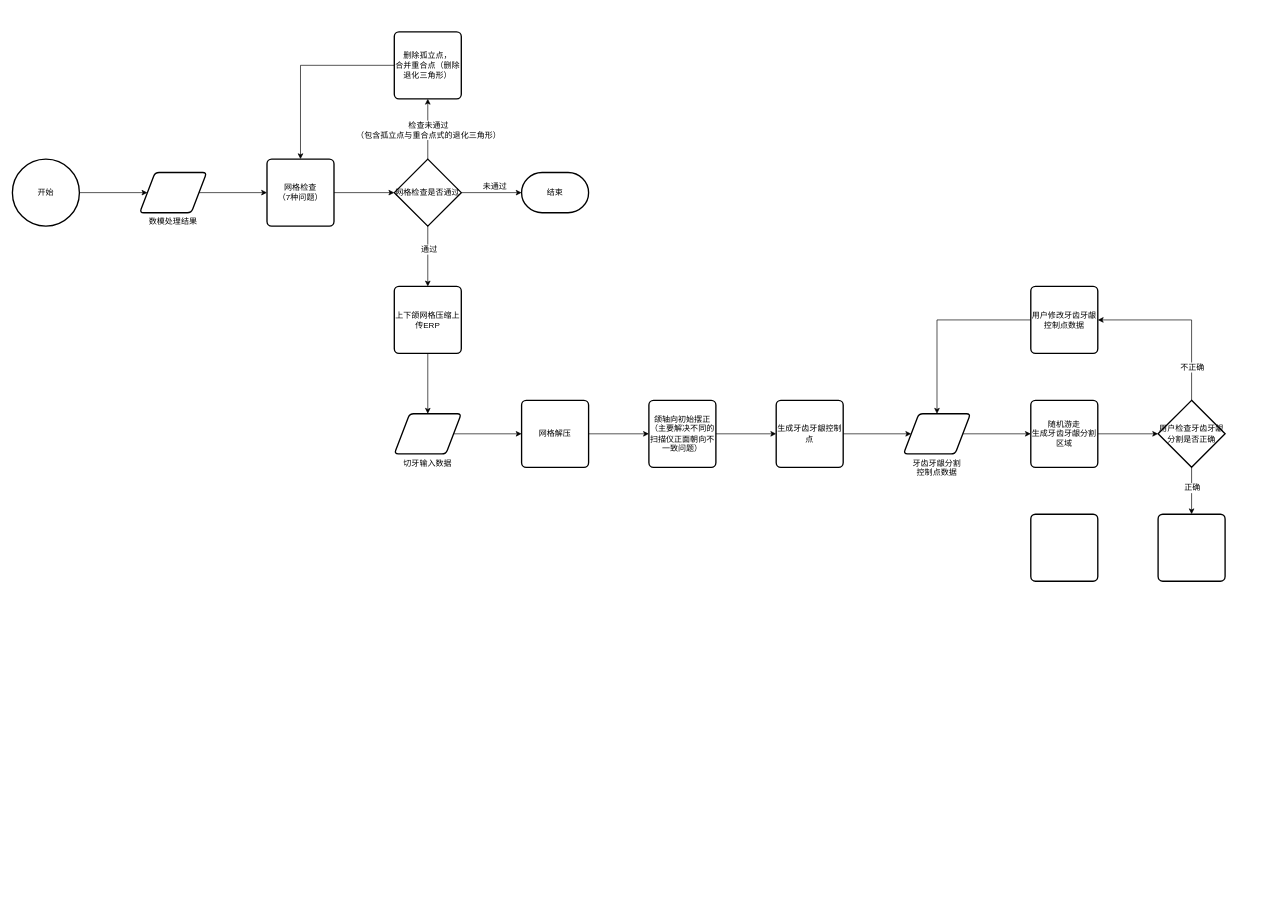
The draw.io diagram Design/未命名表单.drawio in EvanderWang/KD, before the edit. Source tidied: cells renumbered, new cells numbered last; positions are measured from the earlier drawing's top-left corner, leaving out a move shared by most shapes. Both pictures are drawn from the tidied source at 67%, with x=0, y=0 at pixel (12, 31).
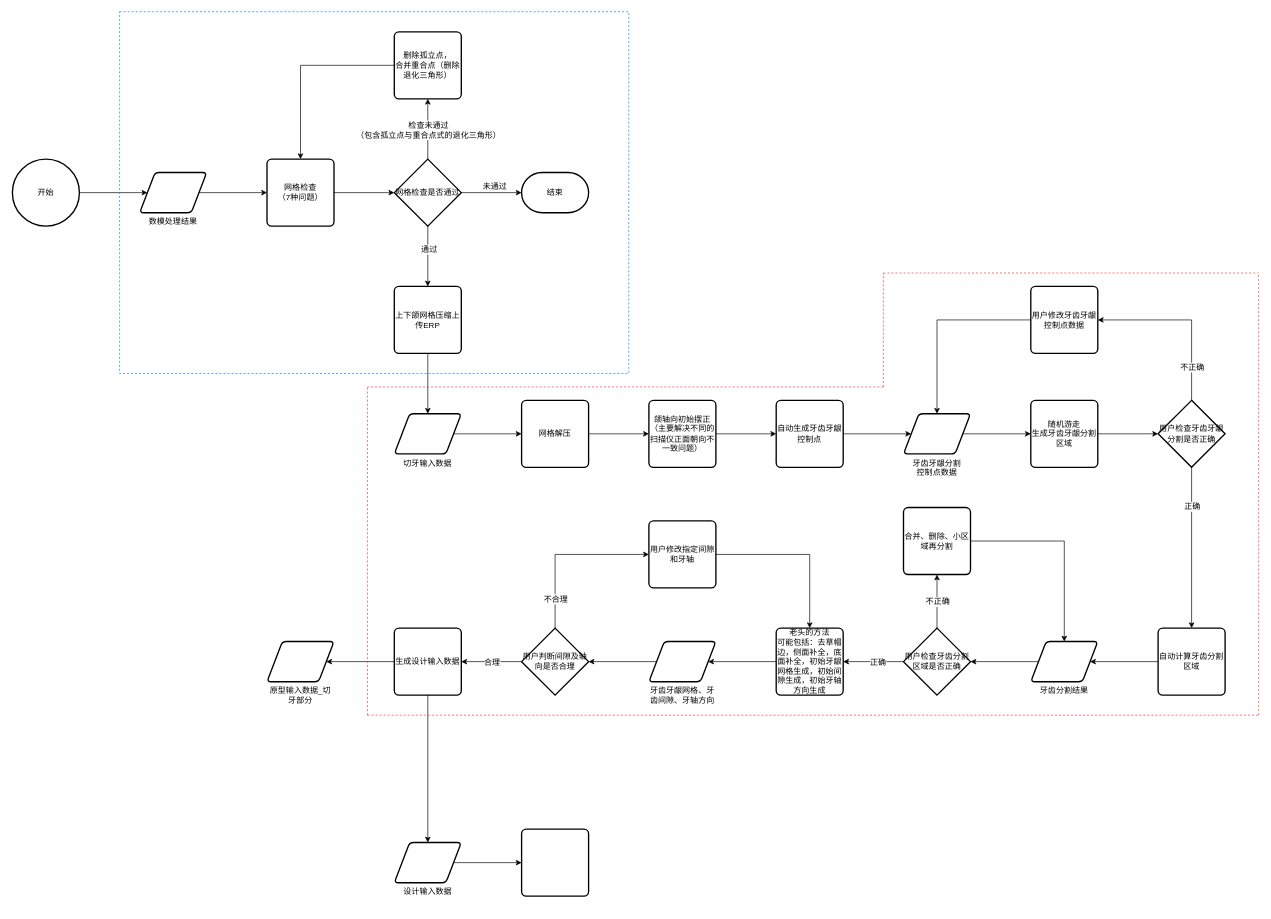
After the change.

Commit message:
更新未命名表单.drawio

What changed in the source:
```diff
@@
-    <mxCell id="27" value="生成牙齿牙龈控制点&lt;br&gt;" style="rounded=1;whiteSpace=wrap;html=1;absoluteArcSize=1;arcSize=14;strokeWidth=2;fillColor=none;" parent="1" vertex="1">
+    <mxCell id="27" value="自动生成牙齿牙龈控制点&lt;br&gt;" style="rounded=1;whiteSpace=wrap;html=1;absoluteArcSize=1;arcSize=14;strokeWidth=2;fillColor=none;" parent="1" vertex="1">
       <mxGeometry x="1140" y="550" width="100" height="100" as="geometry" />
     </mxCell>
@@
+    <mxCell id="41" style="edgeStyle=orthogonalEdgeStyle;rounded=0;jumpStyle=gap;jettySize=auto;html=1;exitX=1;exitY=0.5;exitDx=0;exitDy=0;entryX=0.5;entryY=0;entryDx=0;entryDy=0;" parent="1" edge="1" source="39" target="46">
+      <mxGeometry relative="1" as="geometry" />
+    </mxCell>
-    <mxCell id="39" style="rounded=1;whiteSpace=wrap;html=1;absoluteArcSize=1;arcSize=14;strokeWidth=2;fillColor=none;" parent="1" vertex="1">
-      <mxGeometry x="1520" y="720" width="100" height="100" as="geometry" />
+    <mxCell id="39" value="合并、删除、小区域再分割" style="rounded=1;whiteSpace=wrap;html=1;absoluteArcSize=1;arcSize=14;strokeWidth=2;fillColor=none;" parent="1" vertex="1">
+      <mxGeometry x="1330" y="710" width="100" height="100" as="geometry" />
     </mxCell>
+    <mxCell id="42" style="edgeStyle=orthogonalEdgeStyle;rounded=0;jumpStyle=gap;jettySize=auto;html=1;exitX=0;exitY=0.5;exitDx=0;exitDy=0;" parent="1" edge="1" source="40" target="46">
+      <mxGeometry relative="1" as="geometry" />
+    </mxCell>
-    <mxCell id="40" style="rounded=1;whiteSpace=wrap;html=1;absoluteArcSize=1;arcSize=14;strokeWidth=2;fillColor=none;" parent="1" vertex="1">
-      <mxGeometry x="1710" y="720" width="100" height="100" as="geometry" />
+    <mxCell id="40" value="自动计算牙齿分割区域" style="rounded=1;whiteSpace=wrap;html=1;absoluteArcSize=1;arcSize=14;strokeWidth=2;fillColor=none;" parent="1" vertex="1">
+      <mxGeometry x="1710" y="890" width="100" height="100" as="geometry" />
     </mxCell>
+    <mxCell id="43" style="edgeStyle=orthogonalEdgeStyle;rounded=0;jumpStyle=gap;jettySize=auto;html=1;exitX=0;exitY=0.5;exitDx=0;exitDy=0;entryX=1;entryY=0.5;entryDx=0;entryDy=0;" parent="1" edge="1" source="44" target="54">
+      <mxGeometry relative="1" as="geometry" />
+    </mxCell>
+    <mxCell id="44" value="老头的方法&lt;br&gt;可能包括：去草帽边，侧面补全，底面补全，初始牙龈网格生成，初始间隙生成，初始牙轴方向生成&lt;br&gt;" style="rounded=1;whiteSpace=wrap;html=1;absoluteArcSize=1;arcSize=14;strokeWidth=2;fillColor=none;" parent="1" vertex="1">
+      <mxGeometry x="1140" y="890" width="100" height="100" as="geometry" />
+    </mxCell>
+    <mxCell id="45" style="edgeStyle=orthogonalEdgeStyle;rounded=0;jumpStyle=gap;jettySize=auto;html=1;exitX=0;exitY=0.5;exitDx=0;exitDy=0;" parent="1" edge="1" source="46" target="51">
+      <mxGeometry relative="1" as="geometry" />
+    </mxCell>
+    <mxCell id="46" value="牙齿分割结果&lt;br&gt;" style="verticalLabelPosition=bottom;verticalAlign=top;html=1;strokeWidth=2;shape=parallelogram;perimeter=parallelogramPerimeter;whiteSpace=wrap;rounded=1;arcSize=12;size=0.23;fillColor=none;" parent="1" vertex="1">
+      <mxGeometry x="1520" y="910" width="100" height="60" as="geometry" />
+    </mxCell>
+    <mxCell id="47" style="edgeStyle=orthogonalEdgeStyle;rounded=0;jumpStyle=gap;jettySize=auto;html=1;exitX=0.5;exitY=0;exitDx=0;exitDy=0;exitPerimeter=0;" parent="1" edge="1" source="51" target="39">
+      <mxGeometry relative="1" as="geometry" />
+    </mxCell>
+    <mxCell id="48" value="不正确" style="text;html=1;align=center;verticalAlign=middle;labelBackgroundColor=#ffffff;" parent="47" vertex="1">
+      <mxGeometry x="0.21" y="1" relative="1" as="geometry">
+        <mxPoint x="1.5" y="8.5" as="offset" />
+      </mxGeometry>
+    </mxCell>
+    <mxCell id="49" style="edgeStyle=orthogonalEdgeStyle;rounded=0;jumpStyle=gap;jettySize=auto;html=1;exitX=0;exitY=0.5;exitDx=0;exitDy=0;exitPerimeter=0;entryX=1;entryY=0.5;entryDx=0;entryDy=0;" parent="1" edge="1" source="51" target="44">
+      <mxGeometry relative="1" as="geometry" />
+    </mxCell>
+    <mxCell id="50" value="正确" style="text;html=1;align=center;verticalAlign=middle;labelBackgroundColor=#ffffff;" parent="49" vertex="1">
+      <mxGeometry x="-0.28" y="-3" relative="1" as="geometry">
+        <mxPoint x="-7" y="3.5" as="offset" />
+      </mxGeometry>
+    </mxCell>
+    <mxCell id="51" value="用户检查牙齿分割区域是否正确" style="strokeWidth=2;html=1;shape=mxgraph.flowchart.decision;whiteSpace=wrap;fillColor=none;" parent="1" vertex="1">
+      <mxGeometry x="1330" y="890" width="100" height="100" as="geometry" />
+    </mxCell>
+    <mxCell id="52" style="rounded=0;whiteSpace=wrap;html=1;fillColor=none;dashed=1;strokeColor=#007FFF;" parent="1" vertex="1">
+      <mxGeometry x="160" y="-30" width="760" height="540" as="geometry" />
+    </mxCell>
+    <mxCell id="53" style="edgeStyle=orthogonalEdgeStyle;rounded=0;jumpStyle=gap;jettySize=auto;html=1;exitX=0;exitY=0.5;exitDx=0;exitDy=0;entryX=1;entryY=0.5;entryDx=0;entryDy=0;entryPerimeter=0;" parent="1" edge="1" source="54" target="59">
+      <mxGeometry relative="1" as="geometry" />
+    </mxCell>
+    <mxCell id="54" value="牙齿牙龈网格、牙齿间隙、牙轴方向&lt;br&gt;" style="verticalLabelPosition=bottom;verticalAlign=top;html=1;strokeWidth=2;shape=parallelogram;perimeter=parallelogramPerimeter;whiteSpace=wrap;rounded=1;arcSize=12;size=0.23;fillColor=none;shadow=0;comic=0;" parent="1" vertex="1">
+      <mxGeometry x="950" y="910" width="100" height="60" as="geometry" />
+    </mxCell>
+    <mxCell id="55" style="edgeStyle=orthogonalEdgeStyle;rounded=0;jumpStyle=gap;jettySize=auto;html=1;exitX=0.5;exitY=0;exitDx=0;exitDy=0;exitPerimeter=0;entryX=0;entryY=0.5;entryDx=0;entryDy=0;" parent="1" edge="1" source="59" target="61">
+      <mxGeometry relative="1" as="geometry" />
+    </mxCell>
+    <mxCell id="56" value="不合理" style="text;html=1;align=center;verticalAlign=middle;labelBackgroundColor=#ffffff;" parent="55" vertex="1">
+      <mxGeometry x="-0.65" relative="1" as="geometry" />
+    </mxCell>
+    <mxCell id="57" style="edgeStyle=orthogonalEdgeStyle;rounded=0;jumpStyle=gap;jettySize=auto;html=1;exitX=0;exitY=0.5;exitDx=0;exitDy=0;exitPerimeter=0;entryX=1;entryY=0.5;entryDx=0;entryDy=0;" parent="1" edge="1" source="59" target="65">
+      <mxGeometry relative="1" as="geometry" />
+    </mxCell>
+    <mxCell id="58" value="合理" style="text;html=1;align=center;verticalAlign=middle;labelBackgroundColor=#ffffff;" parent="57" vertex="1">
+      <mxGeometry x="-0.59" relative="1" as="geometry">
+        <mxPoint x="-26.5" y="0.5" as="offset" />
+      </mxGeometry>
+    </mxCell>
+    <mxCell id="59" value="用户判断间隙及轴向是否合理" style="strokeWidth=2;html=1;shape=mxgraph.flowchart.decision;whiteSpace=wrap;rounded=1;shadow=0;comic=0;fillColor=none;" parent="1" vertex="1">
+      <mxGeometry x="760" y="890" width="100" height="100" as="geometry" />
+    </mxCell>
+    <mxCell id="60" style="edgeStyle=orthogonalEdgeStyle;rounded=0;jumpStyle=gap;jettySize=auto;html=1;exitX=1;exitY=0.5;exitDx=0;exitDy=0;entryX=0.5;entryY=0;entryDx=0;entryDy=0;" parent="1" edge="1" source="61" target="44">
+      <mxGeometry relative="1" as="geometry" />
+    </mxCell>
+    <mxCell id="61" value="用户修改指定间隙和牙轴" style="rounded=1;whiteSpace=wrap;html=1;absoluteArcSize=1;arcSize=14;strokeWidth=2;shadow=0;comic=0;fillColor=none;" parent="1" vertex="1">
+      <mxGeometry x="950" y="730" width="100" height="100" as="geometry" />
+    </mxCell>
+    <mxCell id="62" style="rounded=1;whiteSpace=wrap;html=1;absoluteArcSize=1;arcSize=14;strokeWidth=2;shadow=0;comic=0;fillColor=none;" parent="1" vertex="1">
+      <mxGeometry x="760" y="1190" width="100" height="100" as="geometry" />
+    </mxCell>
+    <mxCell id="63" style="edgeStyle=orthogonalEdgeStyle;rounded=0;jumpStyle=gap;jettySize=auto;html=1;exitX=0.5;exitY=1;exitDx=0;exitDy=0;strokeColor=#000000;" parent="1" edge="1" source="65" target="74">
+      <mxGeometry relative="1" as="geometry" />
+    </mxCell>
+    <mxCell id="64" style="edgeStyle=orthogonalEdgeStyle;rounded=0;jumpStyle=gap;jettySize=auto;html=1;exitX=0;exitY=0.5;exitDx=0;exitDy=0;entryX=1;entryY=0.5;entryDx=0;entryDy=0;strokeColor=#000000;" parent="1" edge="1" source="65" target="72">
+      <mxGeometry relative="1" as="geometry" />
+    </mxCell>
+    <mxCell id="65" value="生成设计输入数据" style="rounded=1;whiteSpace=wrap;html=1;absoluteArcSize=1;arcSize=14;strokeWidth=2;shadow=0;comic=0;fillColor=none;" parent="1" vertex="1">
+      <mxGeometry x="570" y="890" width="100" height="100" as="geometry" />
+    </mxCell>
+    <mxCell id="66" style="endArrow=none;dashed=1;html=1;strokeColor=#FF3333;" parent="1" edge="1">
+      <mxGeometry relative="1" as="geometry">
+        <mxPoint x="530" y="1020" as="sourcePoint" />
+        <mxPoint x="530" y="530" as="targetPoint" />
+      </mxGeometry>
+    </mxCell>
+    <mxCell id="67" style="endArrow=none;dashed=1;html=1;strokeColor=#FF3333;" parent="1" edge="1">
+      <mxGeometry relative="1" as="geometry">
+        <mxPoint x="530" y="1020" as="sourcePoint" />
+        <mxPoint x="1860" y="1020" as="targetPoint" />
+      </mxGeometry>
+    </mxCell>
+    <mxCell id="68" style="endArrow=none;dashed=1;html=1;strokeColor=#FF3333;" parent="1" edge="1">
+      <mxGeometry relative="1" as="geometry">
+        <mxPoint x="1300" y="530" as="sourcePoint" />
+        <mxPoint x="530" y="530" as="targetPoint" />
+      </mxGeometry>
+    </mxCell>
+    <mxCell id="69" style="endArrow=none;dashed=1;html=1;strokeColor=#FF3333;" parent="1" edge="1">
+      <mxGeometry relative="1" as="geometry">
+        <mxPoint x="1860" y="1020" as="sourcePoint" />
+        <mxPoint x="1860" y="360" as="targetPoint" />
+      </mxGeometry>
+    </mxCell>
+    <mxCell id="70" style="endArrow=none;dashed=1;html=1;strokeColor=#FF3333;" parent="1" edge="1">
+      <mxGeometry relative="1" as="geometry">
+        <mxPoint x="1300" y="530" as="sourcePoint" />
+        <mxPoint x="1300" y="360" as="targetPoint" />
+      </mxGeometry>
+    </mxCell>
+    <mxCell id="71" style="endArrow=none;dashed=1;html=1;strokeColor=#FF3333;" parent="1" edge="1">
+      <mxGeometry relative="1" as="geometry">
+        <mxPoint x="1300" y="360" as="sourcePoint" />
+        <mxPoint x="1860" y="360" as="targetPoint" />
+      </mxGeometry>
+    </mxCell>
+    <mxCell id="72" value="原型输入数据_切牙部分&lt;br&gt;" style="verticalLabelPosition=bottom;verticalAlign=top;html=1;strokeWidth=2;shape=parallelogram;perimeter=parallelogramPerimeter;whiteSpace=wrap;rounded=1;arcSize=12;size=0.23;shadow=0;comic=0;fillColor=none;" parent="1" vertex="1">
+      <mxGeometry x="380" y="910" width="100" height="60" as="geometry" />
+    </mxCell>
+    <mxCell id="73" style="edgeStyle=orthogonalEdgeStyle;rounded=0;jumpStyle=gap;jettySize=auto;html=1;exitX=1;exitY=0.5;exitDx=0;exitDy=0;entryX=0;entryY=0.5;entryDx=0;entryDy=0;strokeColor=#000000;" parent="1" edge="1" source="74" target="62">
+      <mxGeometry relative="1" as="geometry" />
+    </mxCell>
+    <mxCell id="74" value="设计输入数据&lt;br&gt;&lt;br&gt;" style="verticalLabelPosition=bottom;verticalAlign=top;html=1;strokeWidth=2;shape=parallelogram;perimeter=parallelogramPerimeter;whiteSpace=wrap;rounded=1;arcSize=12;size=0.23;shadow=0;comic=0;fillColor=none;" parent="1" vertex="1">
+      <mxGeometry x="570" y="1210" width="100" height="60" as="geometry" />
+    </mxCell>
```
